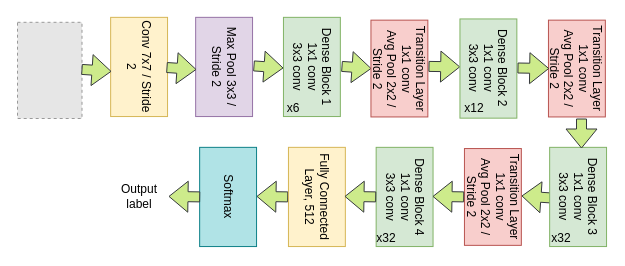
This is DenseNet.drawio from dhrubapuc23/Computer-Vision, a draw.io file, before an edit. Source tidied: cells renumbered, new cells numbered last; positions are measured from the earlier drawing's top-left corner, leaving out a move shared by most shapes. Both pictures are drawn from the tidied source at 100%, with x=0, y=0 at pixel (17, 22). Pictures stored in the file or linked from it are replaced by grey dashed boxes.
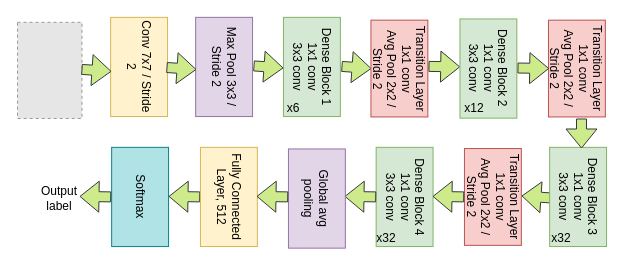
The same diagram, later.

What changed in the source:
```diff
@@
     <mxCell id="12" style="shape=flexArrow;endArrow=classic;html=1;rounded=0;fillColor=#cdeb8b;strokeColor=#36393d;entryX=0.5;entryY=0;entryDx=0;entryDy=0;" parent="1" edge="1">
       <mxGeometry relative="1" as="geometry">
-        <mxPoint x="270.7" y="174.4" as="sourcePoint" />
-        <mxPoint x="239" y="173.9" as="targetPoint" />
+        <mxPoint x="182.7" y="174.4" as="sourcePoint" />
+        <mxPoint x="151" y="173.9" as="targetPoint" />
       </mxGeometry>
     </mxCell>
@@
     <mxCell id="19" value="&lt;span style=&quot;background-color: rgb(255, 242, 204);&quot;&gt;Fully Connected Layer, 512&lt;/span&gt;&lt;span style=&quot;background-color: rgb(213, 232, 212);&quot;&gt;&lt;br&gt;&lt;/span&gt;" style="rounded=0;html=1;direction=west;whiteSpace=wrap;fillColor=#fff2cc;strokeColor=#d6b656;labelPosition=center;verticalLabelPosition=middle;align=center;verticalAlign=middle;flipH=0;flipV=0;rotation=90;" parent="1" vertex="1">
-      <mxGeometry x="249.8" y="146" width="99.2" height="56.9" as="geometry" />
+      <mxGeometry x="161.8" y="146" width="99.2" height="56.9" as="geometry" />
     </mxCell>
     <mxCell id="20" value="&lt;span style=&quot;background-color: rgb(176, 227, 230);&quot;&gt;Softmax&lt;/span&gt;&lt;span style=&quot;background-color: rgb(213, 232, 212);&quot;&gt;&lt;br&gt;&lt;/span&gt;" style="rounded=0;html=1;direction=west;whiteSpace=wrap;fillColor=#b0e3e6;strokeColor=#0e8088;labelPosition=center;verticalLabelPosition=middle;align=center;verticalAlign=middle;flipH=0;flipV=0;rotation=90;" parent="1" vertex="1">
-      <mxGeometry x="161" y="146" width="99.2" height="56.9" as="geometry" />
+      <mxGeometry x="73" y="146" width="99.2" height="56.9" as="geometry" />
     </mxCell>
@@
     <mxCell id="25" style="shape=flexArrow;endArrow=classic;html=1;rounded=0;fillColor=#cdeb8b;strokeColor=#36393d;entryX=0.5;entryY=0;entryDx=0;entryDy=0;" parent="1" edge="1">
       <mxGeometry relative="1" as="geometry">
-        <mxPoint x="182.7" y="174.4" as="sourcePoint" />
-        <mxPoint x="151" y="173.9" as="targetPoint" />
+        <mxPoint x="93.7" y="174.4" as="sourcePoint" />
+        <mxPoint x="62" y="173.9" as="targetPoint" />
       </mxGeometry>
     </mxCell>
     <mxCell id="26" value="Output label" style="text;html=1;strokeColor=none;fillColor=none;align=center;verticalAlign=middle;whiteSpace=wrap;rounded=0;" parent="1" vertex="1">
-      <mxGeometry x="91.6" y="159.4" width="60" height="30" as="geometry" />
+      <mxGeometry x="11.5" y="161" width="60" height="30" as="geometry" />
     </mxCell>
@@
+    <mxCell id="31" value="&lt;span style=&quot;background-color: rgb(225, 213, 231);&quot;&gt;Global avg pooling&lt;/span&gt;&lt;span style=&quot;background-color: rgb(213, 232, 212);&quot;&gt;&lt;br&gt;&lt;/span&gt;" style="rounded=0;html=1;direction=west;whiteSpace=wrap;fillColor=#e1d5e7;strokeColor=#9673a6;labelPosition=center;verticalLabelPosition=middle;align=center;verticalAlign=middle;flipH=0;flipV=0;rotation=90;" parent="1" vertex="1">
+      <mxGeometry x="249.8" y="147.6" width="99.2" height="56.9" as="geometry" />
+    </mxCell>
+    <mxCell id="32" style="shape=flexArrow;endArrow=classic;html=1;rounded=0;fillColor=#cdeb8b;strokeColor=#36393d;entryX=0.5;entryY=0;entryDx=0;entryDy=0;" parent="1" edge="1">
+      <mxGeometry relative="1" as="geometry">
+        <mxPoint x="270.7" y="174.4" as="sourcePoint" />
+        <mxPoint x="239" y="173.9" as="targetPoint" />
+      </mxGeometry>
+    </mxCell>
```
